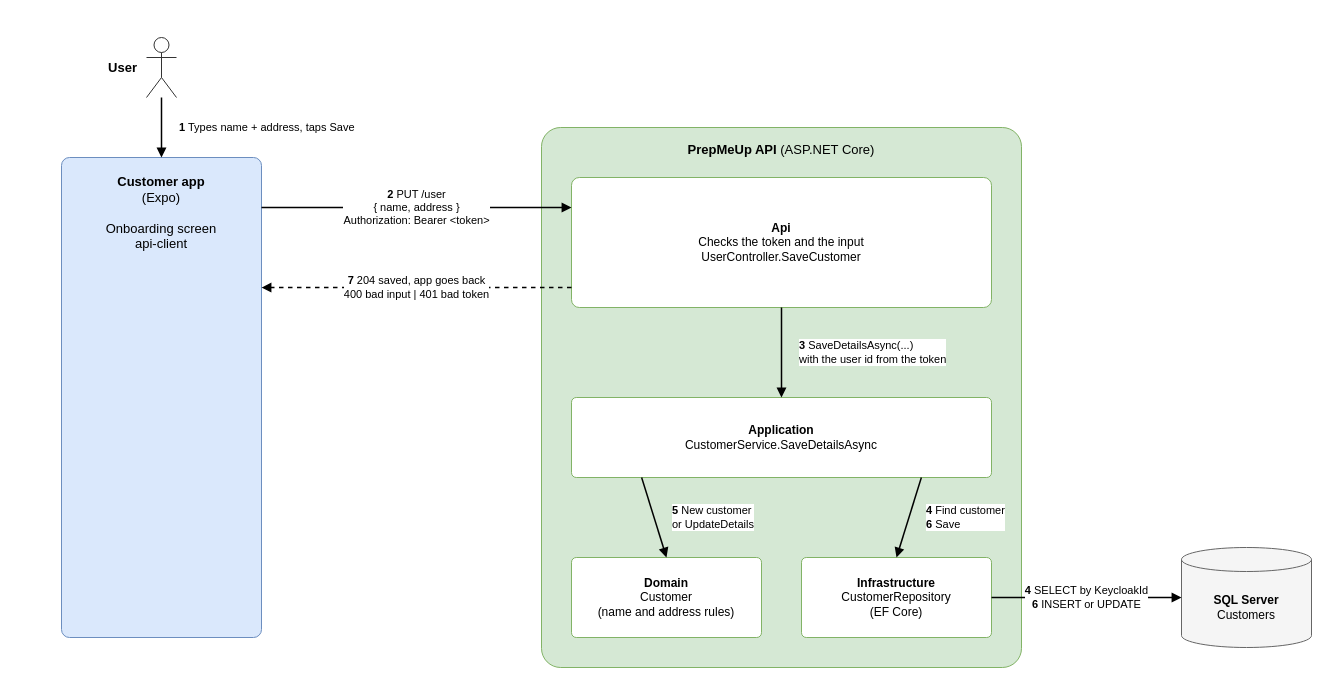
Mosekjaer/prepmeup keeps this draw.io diagram as docs/assets/drawio/save-customer-flow.drawio. Above is the earlier version. Source tidied: cells renumbered, new cells numbered last; positions are measured from the earlier drawing's top-left corner, leaving out a move shared by most shapes. Both pictures are drawn from the tidied source at 100%, with x=0, y=0 at pixel (61, 37).
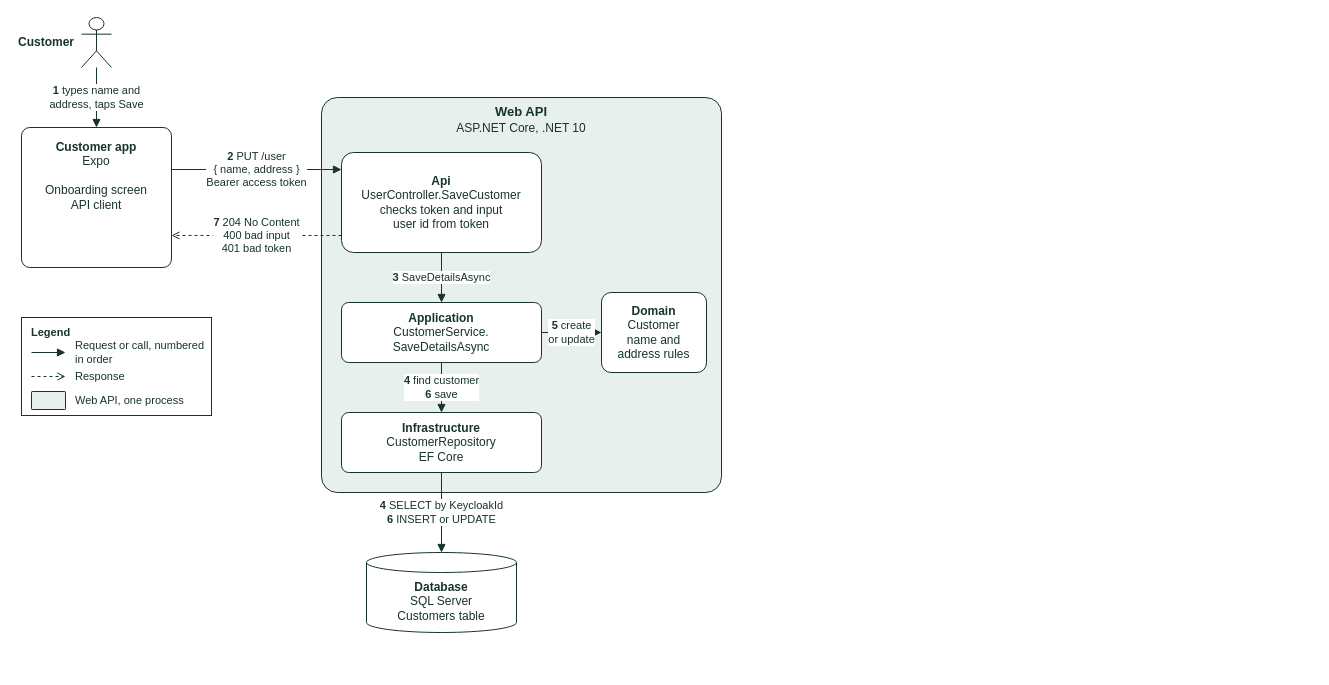
The same page after the edit.

Commit message (it also covers changes not shown here):
docs(diagrams): unify login, onboarding and request flows

What changed in the source:
```diff
@@
-    <mxCell id="2" value="User" style="shape=umlActor;verticalLabelPosition=middle;labelPosition=left;align=right;verticalAlign=middle;spacingRight=8;html=1;fontSize=13;fontStyle=1;strokeColor=#333333;" parent="1" vertex="1">
-      <mxGeometry x="85" width="30" height="60" as="geometry" />
+    <mxCell id="2" value="Customer" style="shape=umlActor;verticalLabelPosition=middle;labelPosition=left;align=right;verticalAlign=middle;spacingRight=6;html=1;outlineConnect=0;fillColor=#FFFFFF;strokeColor=#173330;fontColor=#173330;fontStyle=1;fontSize=12;fontFamily=Arial;" parent="1" vertex="1">
+      <mxGeometry x="20" y="-20" width="30" height="50" as="geometry" />
     </mxCell>
-    <mxCell id="3" value="&lt;b&gt;Customer app&lt;/b&gt;&lt;br&gt;(Expo)&lt;br&gt;&lt;br&gt;Onboarding screen&lt;br&gt;api-client" style="rounded=1;arcSize=4;whiteSpace=wrap;html=1;verticalAlign=top;spacingTop=10;fontSize=13;fillColor=#dae8fc;strokeColor=#6c8ebf;" parent="1" vertex="1">
-      <mxGeometry y="120" width="200" height="480" as="geometry" />
-    </mxCell>
-    <mxCell id="4" value="&lt;b&gt;PrepMeUp API&lt;/b&gt; (ASP.NET Core)" style="rounded=1;arcSize=4;whiteSpace=wrap;html=1;verticalAlign=top;spacingTop=8;fontSize=13;fillColor=#d5e8d4;strokeColor=#82b366;" parent="1" vertex="1">
-      <mxGeometry x="480" y="90" width="480" height="540" as="geometry" />
-    </mxCell>
-    <mxCell id="5" value="&lt;b&gt;Api&lt;/b&gt;&lt;br&gt;Checks the token and the input&lt;br&gt;UserController.SaveCustomer" style="rounded=1;arcSize=6;whiteSpace=wrap;html=1;fontSize=12;fillColor=#ffffff;strokeColor=#82b366;" parent="1" vertex="1">
-      <mxGeometry x="510" y="140" width="420" height="130" as="geometry" />
-    </mxCell>
-    <mxCell id="6" value="&lt;b&gt;Application&lt;/b&gt;&lt;br&gt;CustomerService.SaveDetailsAsync" style="rounded=1;arcSize=6;whiteSpace=wrap;html=1;fontSize=12;fillColor=#ffffff;strokeColor=#82b366;" parent="1" vertex="1">
-      <mxGeometry x="510" y="360" width="420" height="80" as="geometry" />
+    <mxCell id="6" value="&lt;b&gt;Customer app&lt;/b&gt;&lt;br&gt;Expo&lt;br&gt;&lt;br&gt;Onboarding screen&lt;br&gt;API client" style="rounded=1;arcSize=6;whiteSpace=wrap;html=1;fillColor=#FFFFFF;strokeColor=#173330;fontColor=#173330;fontSize=12;verticalAlign=top;spacingTop=6;fontFamily=Arial;" parent="1" vertex="1">
+      <mxGeometry x="-40" y="90" width="150" height="140" as="geometry" />
     </mxCell>
-    <mxCell id="7" value="&lt;b&gt;Domain&lt;/b&gt;&lt;br&gt;Customer&lt;br&gt;(name and address rules)" style="rounded=1;arcSize=6;whiteSpace=wrap;html=1;fontSize=12;fillColor=#ffffff;strokeColor=#82b366;" parent="1" vertex="1">
-      <mxGeometry x="510" y="520" width="190" height="80" as="geometry" />
-    </mxCell>
-    <mxCell id="8" value="&lt;b&gt;Infrastructure&lt;/b&gt;&lt;br&gt;CustomerRepository&lt;br&gt;(EF Core)" style="rounded=1;arcSize=6;whiteSpace=wrap;html=1;fontSize=12;fillColor=#ffffff;strokeColor=#82b366;" parent="1" vertex="1">
-      <mxGeometry x="740" y="520" width="190" height="80" as="geometry" />
-    </mxCell>
+    <mxCell id="17" value="&lt;b&gt;Web API&lt;/b&gt;&lt;br&gt;&lt;span style=&quot;font-size:12px;font-weight:normal&quot;&gt;ASP.NET Core, .NET 10&lt;/span&gt;" style="rounded=1;arcSize=4;whiteSpace=wrap;html=1;fillColor=#E8F0EE;strokeColor=#173330;fontColor=#173330;verticalAlign=top;fontSize=13;fontFamily=Arial;fontStyle=1;" parent="1" vertex="1">
+      <mxGeometry x="260" y="60" width="400" height="395" as="geometry" />
+    </mxCell>
+    <mxCell id="18" value="&lt;b&gt;Api&lt;/b&gt;&lt;br&gt;UserController.SaveCustomer&lt;br&gt;checks token and input&lt;br&gt;user id from token" style="rounded=1;arcSize=12;whiteSpace=wrap;html=1;spacingLeft=6;spacingRight=6;fillColor=#FFFFFF;strokeColor=#173330;fontColor=#173330;fontSize=12;fontFamily=Arial;" parent="17" vertex="1">
+      <mxGeometry x="20" y="55" width="200" height="100" as="geometry" />
+    </mxCell>
+    <mxCell id="19" value="&lt;b&gt;Application&lt;/b&gt;&lt;br&gt;CustomerService.&lt;br&gt;SaveDetailsAsync" style="rounded=1;arcSize=12;whiteSpace=wrap;html=1;spacingLeft=6;spacingRight=6;fillColor=#FFFFFF;strokeColor=#173330;fontColor=#173330;fontSize=12;fontFamily=Arial;" parent="17" vertex="1">
+      <mxGeometry x="20" y="205" width="200" height="60" as="geometry" />
+    </mxCell>
+    <mxCell id="20" value="&lt;b&gt;Domain&lt;/b&gt;&lt;br&gt;Customer&lt;br&gt;name and&lt;br&gt;address rules" style="rounded=1;arcSize=12;whiteSpace=wrap;html=1;spacingLeft=6;spacingRight=6;fillColor=#FFFFFF;strokeColor=#173330;fontColor=#173330;fontSize=12;fontFamily=Arial;" parent="17" vertex="1">
+      <mxGeometry x="280" y="195" width="105" height="80" as="geometry" />
+    </mxCell>
+    <mxCell id="21" value="&lt;b&gt;Infrastructure&lt;/b&gt;&lt;br&gt;CustomerRepository&lt;br&gt;EF Core" style="rounded=1;arcSize=12;whiteSpace=wrap;html=1;spacingLeft=6;spacingRight=6;fillColor=#FFFFFF;strokeColor=#173330;fontColor=#173330;fontSize=12;fontFamily=Arial;" parent="17" vertex="1">
+      <mxGeometry x="20" y="315" width="200" height="60" as="geometry" />
+    </mxCell>
-    <mxCell id="9" value="&lt;b&gt;SQL Server&lt;/b&gt;&lt;br&gt;Customers" style="shape=cylinder3;whiteSpace=wrap;html=1;boundedLbl=1;backgroundOutline=1;size=12;fontSize=12;fillColor=#f5f5f5;strokeColor=#666666;" parent="1" vertex="1">
-      <mxGeometry x="1120" y="510" width="130" height="100" as="geometry" />
+    <mxCell id="9" value="&lt;b&gt;Database&lt;/b&gt;&lt;br&gt;SQL Server&lt;br&gt;Customers table" style="shape=cylinder3;whiteSpace=wrap;html=1;boundedLbl=1;size=10;fillColor=#FFFFFF;strokeColor=#173330;fontColor=#173330;fontSize=12;fontFamily=Arial;" parent="1" vertex="1">
+      <mxGeometry x="305" y="515" width="150" height="80" as="geometry" />
     </mxCell>
+    <mxCell id="22" value="Legend" style="rounded=0;whiteSpace=wrap;html=1;fillColor=#FFFFFF;strokeColor=#173330;fontColor=#173330;verticalAlign=top;align=left;spacingLeft=8;spacingTop=2;fontStyle=1;fontSize=11;fontFamily=Arial;" parent="1" vertex="1">
+      <mxGeometry x="-40" y="280" width="190" height="98" as="geometry" />
+    </mxCell>
+    <mxCell id="23" style="edgeStyle=orthogonalEdgeStyle;rounded=0;html=1;strokeColor=#173330;endArrow=block;endFill=1;fontSize=11;fontColor=#173330;labelBackgroundColor=#FFFFFF;fontFamily=Arial;" parent="22" edge="1">
+      <mxGeometry relative="1" as="geometry">
+        <mxPoint x="10" y="35" as="sourcePoint" />
+        <mxPoint x="44" y="35" as="targetPoint" />
+      </mxGeometry>
+    </mxCell>
+    <mxCell id="24" value="Request or call, numbered in order" style="text;html=1;align=left;verticalAlign=middle;whiteSpace=wrap;fontColor=#173330;fontSize=11;fontFamily=Arial;" parent="22" vertex="1">
+      <mxGeometry x="52" y="25" width="132" height="20" as="geometry" />
+    </mxCell>
+    <mxCell id="25" style="edgeStyle=orthogonalEdgeStyle;rounded=0;html=1;strokeColor=#173330;dashed=1;endArrow=open;endFill=0;fontSize=11;fontColor=#173330;labelBackgroundColor=#FFFFFF;fontFamily=Arial;" parent="22" edge="1">
+      <mxGeometry relative="1" as="geometry">
+        <mxPoint x="10" y="59" as="sourcePoint" />
+        <mxPoint x="44" y="59" as="targetPoint" />
+      </mxGeometry>
+    </mxCell>
+    <mxCell id="26" value="Response" style="text;html=1;align=left;verticalAlign=middle;whiteSpace=wrap;fontColor=#173330;fontSize=11;fontFamily=Arial;" parent="22" vertex="1">
+      <mxGeometry x="52" y="49" width="132" height="20" as="geometry" />
+    </mxCell>
+    <mxCell id="27" style="rounded=1;arcSize=4;whiteSpace=wrap;html=1;fillColor=#E8F0EE;strokeColor=#173330;fontColor=#173330;verticalAlign=top;fontSize=13;fontFamily=Arial;" parent="22" vertex="1">
+      <mxGeometry x="10" y="74" width="34" height="18" as="geometry" />
+    </mxCell>
+    <mxCell id="28" value="Web API, one process" style="text;html=1;align=left;verticalAlign=middle;whiteSpace=wrap;fontColor=#173330;fontSize=11;fontFamily=Arial;" parent="22" vertex="1">
+      <mxGeometry x="52" y="73" width="132" height="20" as="geometry" />
+    </mxCell>
-    <mxCell id="10" value="&lt;b&gt;1&lt;/b&gt;  Types name + address, taps Save" style="endArrow=block;endFill=1;html=1;fontSize=11;strokeWidth=1.5;align=left;labelPosition=right;spacingLeft=6;exitX=0.5;exitY=1;exitDx=0;exitDy=0;entryX=0.5;entryY=0;entryDx=0;entryDy=0;" parent="1" edge="1" source="2" target="3">
-      <mxGeometry relative="1" as="geometry">
-        <mxPoint x="10" as="offset" />
-      </mxGeometry>
+    <mxCell id="10" value="&lt;b&gt;1&lt;/b&gt; types name and&lt;br&gt;address, taps Save" style="edgeStyle=orthogonalEdgeStyle;rounded=0;html=1;strokeColor=#173330;endArrow=block;endFill=1;fontSize=11;fontColor=#173330;labelBackgroundColor=#FFFFFF;fontFamily=Arial;exitX=0.5;exitY=1;exitDx=0;exitDy=0;entryX=0.5;entryY=0;entryDx=0;entryDy=0;" parent="1" edge="1" source="2" target="6">
+      <mxGeometry relative="1" as="geometry" />
     </mxCell>
-    <mxCell id="11" value="&lt;b&gt;2&lt;/b&gt;  PUT /user&lt;br&gt;{ name, address }&lt;br&gt;Authorization: Bearer &amp;lt;token&amp;gt;" style="endArrow=block;endFill=1;html=1;fontSize=11;labelBackgroundColor=#ffffff;strokeWidth=1.5;exitX=1;exitY=0.104;exitDx=0;exitDy=0;entryX=0;entryY=0.231;entryDx=0;entryDy=0;" parent="1" edge="1" source="3" target="5">
+    <mxCell id="11" value="&lt;b&gt;2&lt;/b&gt; PUT /user&lt;br&gt;{ name, address }&lt;br&gt;Bearer access token" style="edgeStyle=orthogonalEdgeStyle;rounded=0;html=1;strokeColor=#173330;endArrow=block;endFill=1;fontSize=11;fontColor=#173330;labelBackgroundColor=#FFFFFF;fontFamily=Arial;exitX=1;exitY=0.3;exitDx=0;exitDy=0;entryX=0;entryY=0.17;entryDx=0;entryDy=0;" parent="1" edge="1" source="6" target="18">
       <mxGeometry relative="1" as="geometry" />
     </mxCell>
-    <mxCell id="12" value="&lt;b&gt;3&lt;/b&gt;  SaveDetailsAsync(...)&lt;br&gt;with the user id from the token" style="endArrow=block;endFill=1;html=1;fontSize=11;strokeWidth=1.5;align=left;labelPosition=right;spacingLeft=6;exitX=0.5;exitY=1;exitDx=0;exitDy=0;entryX=0.5;entryY=0;entryDx=0;entryDy=0;" parent="1" edge="1" source="5" target="6">
-      <mxGeometry relative="1" as="geometry">
-        <mxPoint x="10" as="offset" />
-      </mxGeometry>
+    <mxCell id="12" value="&lt;b&gt;3&lt;/b&gt; SaveDetailsAsync" style="edgeStyle=orthogonalEdgeStyle;rounded=0;html=1;strokeColor=#173330;endArrow=block;endFill=1;fontSize=11;fontColor=#173330;labelBackgroundColor=#FFFFFF;fontFamily=Arial;exitX=0.5;exitY=1;exitDx=0;exitDy=0;entryX=0.5;entryY=0;entryDx=0;entryDy=0;" parent="1" edge="1" source="18" target="19">
+      <mxGeometry relative="1" as="geometry" />
     </mxCell>
-    <mxCell id="13" value="&lt;b&gt;4&lt;/b&gt;  Find customer&lt;br&gt;&lt;b&gt;6&lt;/b&gt;  Save" style="endArrow=block;endFill=1;html=1;fontSize=11;strokeWidth=1.5;align=left;labelPosition=right;spacingLeft=6;exitX=0.833;exitY=1;exitDx=0;exitDy=0;entryX=0.5;entryY=0;entryDx=0;entryDy=0;" parent="1" edge="1" source="6" target="8">
-      <mxGeometry relative="1" as="geometry">
-        <mxPoint x="10" as="offset" />
-      </mxGeometry>
+    <mxCell id="13" value="&lt;b&gt;4&lt;/b&gt; find customer&lt;br&gt;&lt;b&gt;6&lt;/b&gt; save" style="edgeStyle=orthogonalEdgeStyle;rounded=0;html=1;strokeColor=#173330;endArrow=block;endFill=1;fontSize=11;fontColor=#173330;labelBackgroundColor=#FFFFFF;fontFamily=Arial;exitX=0.5;exitY=1;exitDx=0;exitDy=0;entryX=0.5;entryY=0;entryDx=0;entryDy=0;" parent="1" edge="1" source="19" target="21">
+      <mxGeometry relative="1" as="geometry" />
     </mxCell>
-    <mxCell id="14" value="&lt;b&gt;5&lt;/b&gt;  New customer&lt;br&gt;or UpdateDetails" style="endArrow=block;endFill=1;html=1;fontSize=11;strokeWidth=1.5;align=left;labelPosition=right;spacingLeft=6;exitX=0.167;exitY=1;exitDx=0;exitDy=0;entryX=0.5;entryY=0;entryDx=0;entryDy=0;" parent="1" edge="1" source="6" target="7">
-      <mxGeometry relative="1" as="geometry">
-        <mxPoint x="10" as="offset" />
-      </mxGeometry>
+    <mxCell id="14" value="&lt;b&gt;4&lt;/b&gt; SELECT by KeycloakId&lt;br&gt;&lt;b&gt;6&lt;/b&gt; INSERT or UPDATE" style="edgeStyle=orthogonalEdgeStyle;rounded=0;html=1;strokeColor=#173330;endArrow=block;endFill=1;fontSize=11;fontColor=#173330;labelBackgroundColor=#FFFFFF;fontFamily=Arial;exitX=0.5;exitY=1;exitDx=0;exitDy=0;entryX=0.5;entryY=0;entryDx=0;entryDy=0;" parent="1" edge="1" source="21" target="9">
+      <mxGeometry relative="1" as="geometry" />
     </mxCell>
-    <mxCell id="15" value="&lt;b&gt;4&lt;/b&gt;  SELECT by KeycloakId&lt;br&gt;&lt;b&gt;6&lt;/b&gt;  INSERT or UPDATE" style="endArrow=block;endFill=1;html=1;fontSize=11;labelBackgroundColor=#ffffff;strokeWidth=1.5;exitX=1;exitY=0.5;exitDx=0;exitDy=0;entryX=0;entryY=0.5;entryDx=0;entryDy=0;" parent="1" edge="1" source="8" target="9">
+    <mxCell id="15" value="&lt;b&gt;5&lt;/b&gt; create&lt;br&gt;or update" style="edgeStyle=orthogonalEdgeStyle;rounded=0;html=1;strokeColor=#173330;endArrow=block;endFill=1;fontSize=11;fontColor=#173330;labelBackgroundColor=#FFFFFF;fontFamily=Arial;exitX=1;exitY=0.5;exitDx=0;exitDy=0;entryX=0;entryY=0.5;entryDx=0;entryDy=0;" parent="1" edge="1" source="19" target="20">
       <mxGeometry relative="1" as="geometry" />
     </mxCell>
-    <mxCell id="16" value="&lt;b&gt;7&lt;/b&gt;  204 saved, app goes back&lt;br&gt;400 bad input  |  401 bad token" style="endArrow=block;endFill=1;html=1;fontSize=11;labelBackgroundColor=#ffffff;strokeWidth=1.5;dashed=1;exitX=0;exitY=0.846;exitDx=0;exitDy=0;entryX=1;entryY=0.271;entryDx=0;entryDy=0;" parent="1" edge="1" source="5" target="3">
+    <mxCell id="16" value="&lt;b&gt;7&lt;/b&gt; 204 No Content&lt;br&gt;400 bad input&lt;br&gt;401 bad token" style="edgeStyle=orthogonalEdgeStyle;rounded=0;html=1;strokeColor=#173330;dashed=1;endArrow=open;endFill=0;fontSize=11;fontColor=#173330;labelBackgroundColor=#FFFFFF;fontFamily=Arial;exitX=0;exitY=0.83;exitDx=0;exitDy=0;entryX=1;entryY=0.771;entryDx=0;entryDy=0;" parent="1" edge="1" source="18" target="6">
       <mxGeometry relative="1" as="geometry" />
     </mxCell>
```
